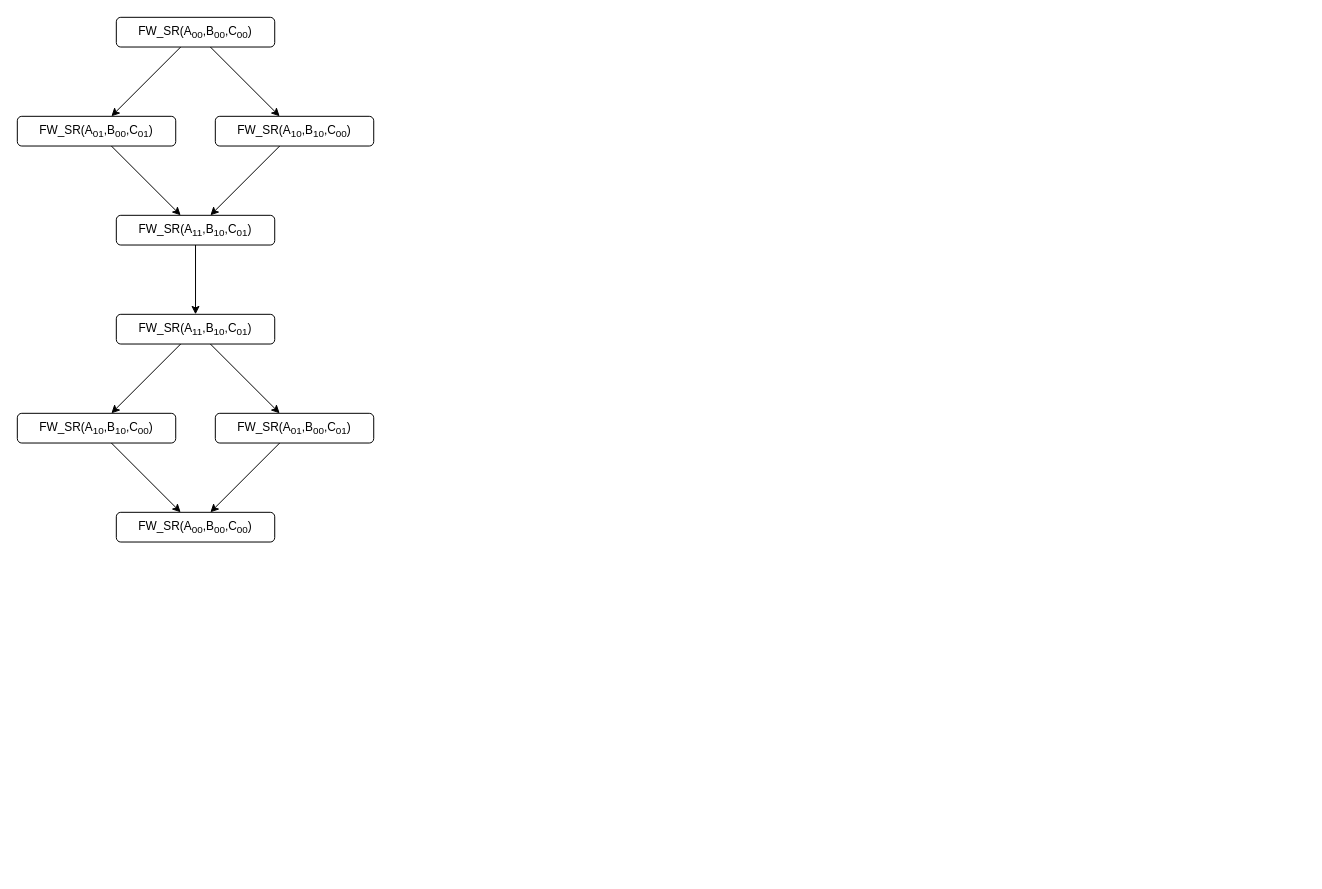
This is lab2/FW/diagrams/task_graph.drawio from panos-kaf/parallelSystems, a draw.io file, before an edit. Source tidied: cells renumbered, new cells numbered last; positions are measured from the earlier drawing's top-left corner, leaving out a move shared by most shapes. Both pictures are drawn from the tidied source at 99%, with x=0, y=0 at pixel (17, 17).
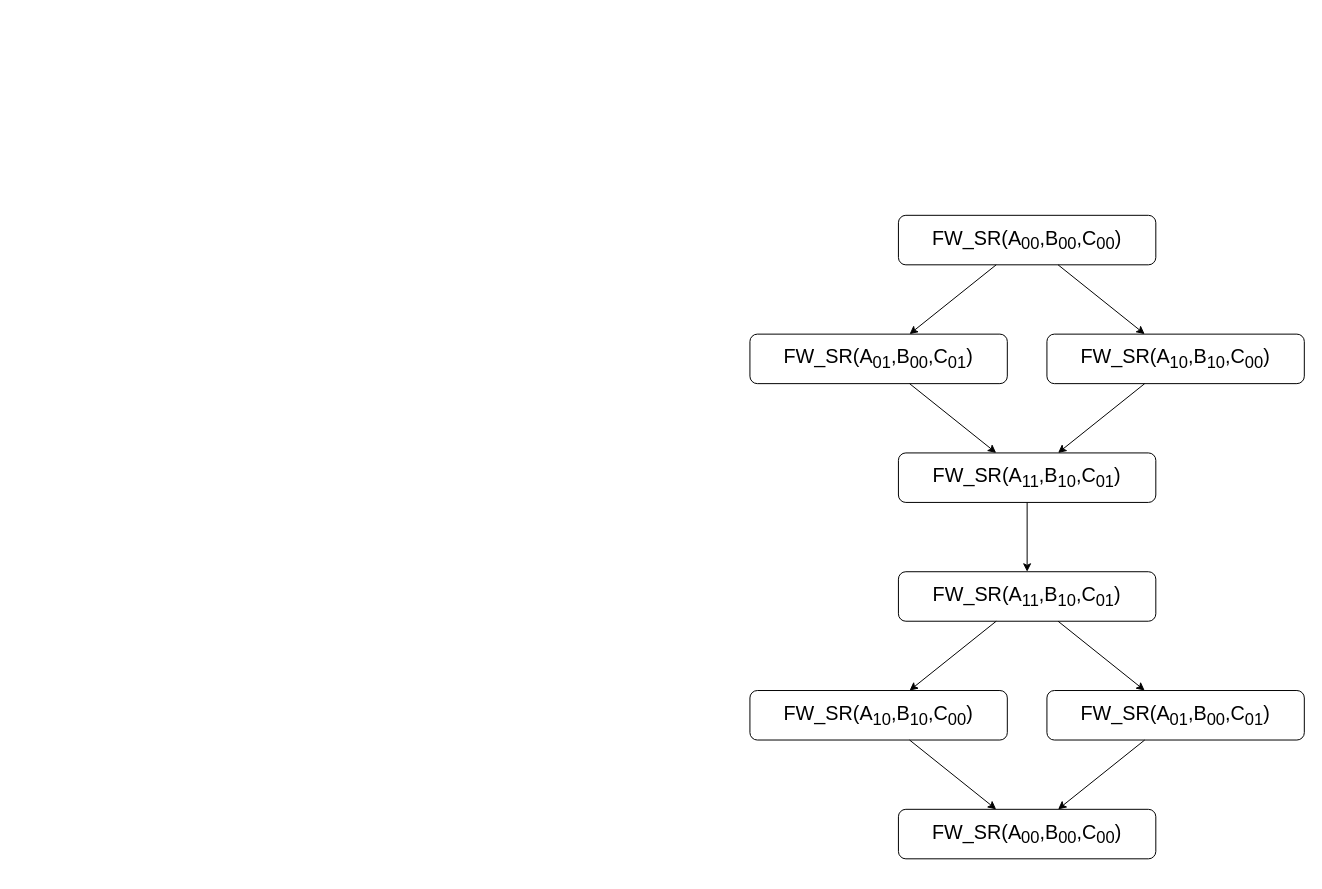
Above is the later version.

What changed in the source:
```diff
@@
-    <mxCell id="2" value="FW_SR(A&lt;sub&gt;00&lt;/sub&gt;,B&lt;sub&gt;00&lt;/sub&gt;,C&lt;sub&gt;00&lt;/sub&gt;)" style="rounded=1;whiteSpace=wrap;html=1;" parent="1" vertex="1">
-      <mxGeometry x="100" width="160" height="30" as="geometry" />
+    <mxCell id="2" value="&lt;font style=&quot;font-size: 20px;&quot;&gt;FW_SR(A&lt;sub&gt;00&lt;/sub&gt;,B&lt;sub&gt;00&lt;/sub&gt;,C&lt;sub&gt;00&lt;/sub&gt;)&lt;/font&gt;" style="rounded=1;whiteSpace=wrap;html=1;" parent="1" vertex="1">
+      <mxGeometry x="890" y="200" width="260" height="50" as="geometry" />
     </mxCell>
-    <mxCell id="3" value="&lt;div&gt;&lt;br&gt;&lt;/div&gt;&lt;div&gt;FW_SR(A&lt;sub&gt;01&lt;/sub&gt;,B&lt;sub&gt;00&lt;/sub&gt;,C&lt;sub&gt;01&lt;/sub&gt;)&lt;/div&gt;&lt;div&gt;&lt;br&gt;&lt;/div&gt;" style="rounded=1;whiteSpace=wrap;html=1;" parent="1" vertex="1">
-      <mxGeometry y="100" width="160" height="30" as="geometry" />
+    <mxCell id="3" value="&lt;div&gt;&lt;font style=&quot;font-size: 20px;&quot;&gt;&lt;br&gt;&lt;/font&gt;&lt;/div&gt;&lt;div&gt;&lt;font style=&quot;font-size: 20px;&quot;&gt;FW_SR(A&lt;sub&gt;01&lt;/sub&gt;,B&lt;sub&gt;00&lt;/sub&gt;,C&lt;sub&gt;01&lt;/sub&gt;)&lt;/font&gt;&lt;/div&gt;&lt;div&gt;&lt;font style=&quot;font-size: 20px;&quot;&gt;&lt;br&gt;&lt;/font&gt;&lt;/div&gt;" style="rounded=1;whiteSpace=wrap;html=1;" parent="1" vertex="1">
+      <mxGeometry x="740" y="320" width="260" height="50" as="geometry" />
     </mxCell>
@@
-    <mxCell id="5" value="&lt;div&gt;&lt;br&gt;&lt;/div&gt;&lt;div&gt;FW_SR(A&lt;sub&gt;10&lt;/sub&gt;,B&lt;sub&gt;10&lt;/sub&gt;,C&lt;sub&gt;00&lt;/sub&gt;)&lt;/div&gt;&lt;div&gt;&lt;br&gt;&lt;/div&gt;" style="rounded=1;whiteSpace=wrap;html=1;" parent="1" vertex="1">
-      <mxGeometry x="200" y="100" width="160" height="30" as="geometry" />
+    <mxCell id="5" value="&lt;div&gt;&lt;font style=&quot;font-size: 20px;&quot;&gt;&lt;br&gt;&lt;/font&gt;&lt;/div&gt;&lt;div&gt;&lt;font style=&quot;font-size: 20px;&quot;&gt;FW_SR(A&lt;sub&gt;10&lt;/sub&gt;,B&lt;sub&gt;10&lt;/sub&gt;,C&lt;sub&gt;00&lt;/sub&gt;)&lt;/font&gt;&lt;/div&gt;&lt;div&gt;&lt;font style=&quot;font-size: 20px;&quot;&gt;&lt;br&gt;&lt;/font&gt;&lt;/div&gt;" style="rounded=1;whiteSpace=wrap;html=1;" parent="1" vertex="1">
+      <mxGeometry x="1040" y="320" width="260" height="50" as="geometry" />
     </mxCell>
@@
-    <mxCell id="7" value="&lt;div&gt;&lt;br&gt;&lt;/div&gt;&lt;div&gt;FW_SR(A&lt;sub&gt;11&lt;/sub&gt;,B&lt;sub&gt;10&lt;/sub&gt;,C&lt;sub&gt;01&lt;/sub&gt;)&lt;/div&gt;&lt;div&gt;&lt;br&gt;&lt;/div&gt;" style="rounded=1;whiteSpace=wrap;html=1;" parent="1" vertex="1">
-      <mxGeometry x="100" y="200" width="160" height="30" as="geometry" />
+    <mxCell id="7" value="&lt;div&gt;&lt;font style=&quot;font-size: 20px;&quot;&gt;&lt;br&gt;&lt;/font&gt;&lt;/div&gt;&lt;div&gt;&lt;font style=&quot;font-size: 20px;&quot;&gt;FW_SR(A&lt;sub&gt;11&lt;/sub&gt;,B&lt;sub&gt;10&lt;/sub&gt;,C&lt;sub&gt;01&lt;/sub&gt;)&lt;/font&gt;&lt;/div&gt;&lt;div&gt;&lt;font style=&quot;font-size: 20px;&quot;&gt;&lt;br&gt;&lt;/font&gt;&lt;/div&gt;" style="rounded=1;whiteSpace=wrap;html=1;" parent="1" vertex="1">
+      <mxGeometry x="890" y="440" width="260" height="50" as="geometry" />
     </mxCell>
-    <mxCell id="8" value="&lt;div&gt;&lt;br&gt;&lt;/div&gt;&lt;div&gt;FW_SR(A&lt;sub&gt;11&lt;/sub&gt;,B&lt;sub&gt;10&lt;/sub&gt;,C&lt;sub&gt;01&lt;/sub&gt;)&lt;/div&gt;&lt;div&gt;&lt;br&gt;&lt;/div&gt;" style="rounded=1;whiteSpace=wrap;html=1;" parent="1" vertex="1">
-      <mxGeometry x="100" y="300" width="160" height="30" as="geometry" />
+    <mxCell id="8" value="&lt;div&gt;&lt;font style=&quot;font-size: 20px;&quot;&gt;&lt;br&gt;&lt;/font&gt;&lt;/div&gt;&lt;div&gt;&lt;font style=&quot;font-size: 20px;&quot;&gt;FW_SR(A&lt;sub&gt;11&lt;/sub&gt;,B&lt;sub&gt;10&lt;/sub&gt;,C&lt;sub&gt;01&lt;/sub&gt;)&lt;/font&gt;&lt;/div&gt;&lt;div&gt;&lt;font style=&quot;font-size: 20px;&quot;&gt;&lt;br&gt;&lt;/font&gt;&lt;/div&gt;" style="rounded=1;whiteSpace=wrap;html=1;" parent="1" vertex="1">
+      <mxGeometry x="890" y="560" width="260" height="50" as="geometry" />
     </mxCell>
@@
-    <mxCell id="12" value="&lt;div&gt;&lt;br&gt;&lt;/div&gt;&lt;div&gt;FW_SR(A&lt;sub&gt;10&lt;/sub&gt;,B&lt;sub&gt;10&lt;/sub&gt;,C&lt;sub&gt;00&lt;/sub&gt;)&lt;/div&gt;&lt;div&gt;&lt;br&gt;&lt;/div&gt;" style="rounded=1;whiteSpace=wrap;html=1;" parent="1" vertex="1">
-      <mxGeometry y="400" width="160" height="30" as="geometry" />
+    <mxCell id="12" value="&lt;div&gt;&lt;font style=&quot;font-size: 20px;&quot;&gt;&lt;br&gt;&lt;/font&gt;&lt;/div&gt;&lt;div&gt;&lt;font style=&quot;font-size: 20px;&quot;&gt;FW_SR(A&lt;sub&gt;10&lt;/sub&gt;,B&lt;sub&gt;10&lt;/sub&gt;,C&lt;sub&gt;00&lt;/sub&gt;)&lt;/font&gt;&lt;/div&gt;&lt;div&gt;&lt;font style=&quot;font-size: 20px;&quot;&gt;&lt;br&gt;&lt;/font&gt;&lt;/div&gt;" style="rounded=1;whiteSpace=wrap;html=1;" parent="1" vertex="1">
+      <mxGeometry x="740" y="680" width="260" height="50" as="geometry" />
     </mxCell>
-    <mxCell id="13" style="endArrow=classic;html=1;rounded=0;" parent="1" edge="1" target="12">
-      <mxGeometry relative="1" as="geometry">
-        <mxPoint x="165" y="330" as="sourcePoint" />
-      </mxGeometry>
+    <mxCell id="13" style="endArrow=classic;html=1;rounded=0;" parent="1" edge="1" source="8" target="12">
+      <mxGeometry relative="1" as="geometry" />
     </mxCell>
-    <mxCell id="14" value="&lt;div&gt;&lt;br&gt;&lt;/div&gt;&lt;div&gt;FW_SR(A&lt;sub&gt;01&lt;/sub&gt;,B&lt;sub&gt;00&lt;/sub&gt;,C&lt;sub&gt;01&lt;/sub&gt;)&lt;/div&gt;&lt;div&gt;&lt;br&gt;&lt;/div&gt;" style="rounded=1;whiteSpace=wrap;html=1;" parent="1" vertex="1">
-      <mxGeometry x="200" y="400" width="160" height="30" as="geometry" />
+    <mxCell id="14" value="&lt;div&gt;&lt;font style=&quot;font-size: 20px;&quot;&gt;&lt;br&gt;&lt;/font&gt;&lt;/div&gt;&lt;div&gt;&lt;font style=&quot;font-size: 20px;&quot;&gt;FW_SR(A&lt;sub&gt;01&lt;/sub&gt;,B&lt;sub&gt;00&lt;/sub&gt;,C&lt;sub&gt;01&lt;/sub&gt;)&lt;/font&gt;&lt;/div&gt;&lt;div&gt;&lt;font style=&quot;font-size: 20px;&quot;&gt;&lt;br&gt;&lt;/font&gt;&lt;/div&gt;" style="rounded=1;whiteSpace=wrap;html=1;" parent="1" vertex="1">
+      <mxGeometry x="1040" y="680" width="260" height="50" as="geometry" />
     </mxCell>
-    <mxCell id="15" style="endArrow=classic;html=1;rounded=0;" parent="1" edge="1" target="14">
-      <mxGeometry relative="1" as="geometry">
-        <mxPoint x="195" y="330" as="sourcePoint" />
-      </mxGeometry>
+    <mxCell id="15" style="endArrow=classic;html=1;rounded=0;" parent="1" edge="1" source="8" target="14">
+      <mxGeometry relative="1" as="geometry" />
     </mxCell>
-    <mxCell id="16" value="&lt;div&gt;&lt;br&gt;&lt;/div&gt;&lt;div&gt;FW_SR(A&lt;sub&gt;00&lt;/sub&gt;,B&lt;sub&gt;00&lt;/sub&gt;,C&lt;sub&gt;00&lt;/sub&gt;)&lt;/div&gt;&lt;div&gt;&lt;br&gt;&lt;/div&gt;" style="rounded=1;whiteSpace=wrap;html=1;" parent="1" vertex="1">
-      <mxGeometry x="100" y="500" width="160" height="30" as="geometry" />
+    <mxCell id="16" value="&lt;div&gt;&lt;font style=&quot;font-size: 20px;&quot;&gt;&lt;br&gt;&lt;/font&gt;&lt;/div&gt;&lt;div&gt;&lt;font style=&quot;font-size: 20px;&quot;&gt;FW_SR(A&lt;sub&gt;00&lt;/sub&gt;,B&lt;sub&gt;00&lt;/sub&gt;,C&lt;sub&gt;00&lt;/sub&gt;)&lt;/font&gt;&lt;/div&gt;&lt;div&gt;&lt;font style=&quot;font-size: 20px;&quot;&gt;&lt;br&gt;&lt;/font&gt;&lt;/div&gt;" style="rounded=1;whiteSpace=wrap;html=1;" parent="1" vertex="1">
+      <mxGeometry x="890" y="800" width="260" height="50" as="geometry" />
     </mxCell>
```
